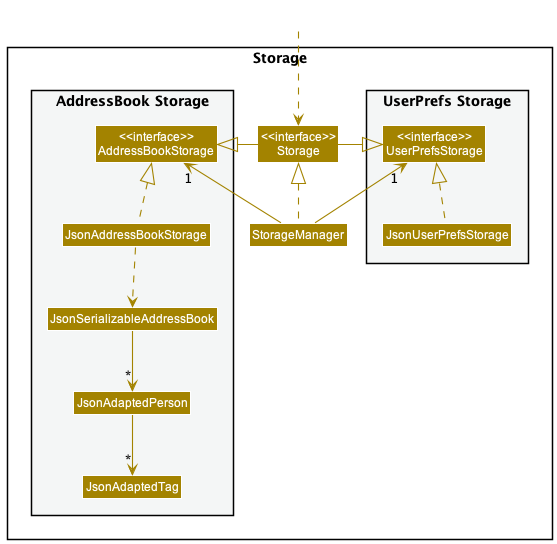
Earlier version of the PlantUML export docs/images/StorageClassDiagram.png (nus-cs2103-AY2223S2/tp).
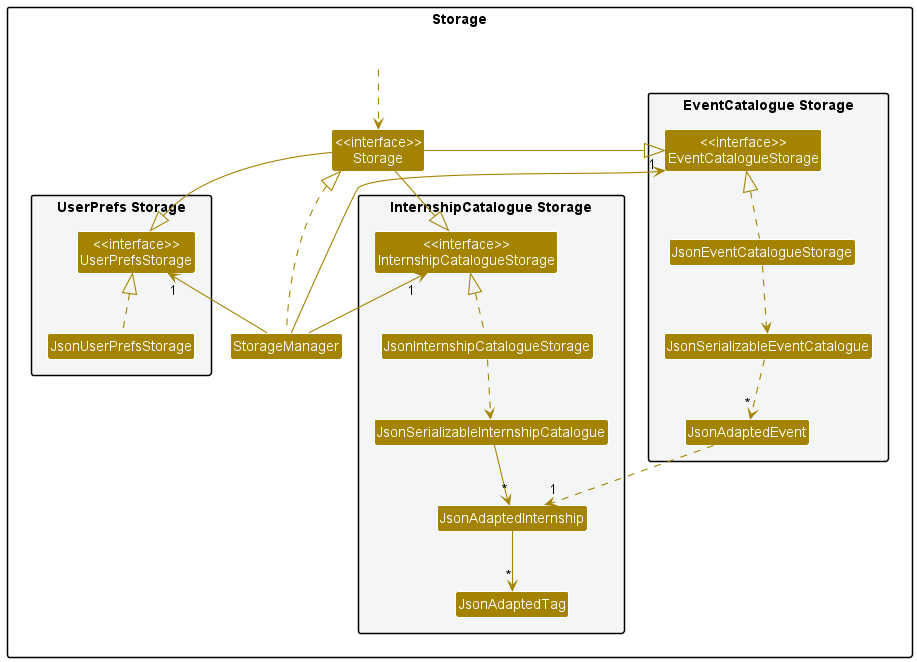
Above is the later version.

Commit message:
Add Storage Diagram

What changed in the source:
```diff
@@ -14,14 +14,20 @@
 Class "<<interface>>\nStorage" as Storage
 Class StorageManager
 
-package "AddressBook Storage" #F4F6F6{
-Class "<<interface>>\nAddressBookStorage" as AddressBookStorage
-Class JsonAddressBookStorage
-Class JsonSerializableAddressBook
-Class JsonAdaptedPerson
+package "InternshipCatalogue Storage" #F4F6F6{
+Class "<<interface>>\nInternshipCatalogueStorage" as InternshipCatalogueStorage
+Class JsonInternshipCatalogueStorage
+Class JsonSerializableInternshipCatalogue
+Class JsonAdaptedInternship
 Class JsonAdaptedTag
 }
 
+package "EventCatalogue Storage" #F4F6F6{
+Class "<<interface>>\nEventCatalogueStorage" as EventCatalogueStorage
+Class JsonEventCatalogueStorage
+Class JsonSerializableEventCatalogue
+Class JsonAdaptedEvent
+Class JsonAdaptedInternship
 }
 
 Class HiddenOutside #FFFFFF
@@ -29,15 +35,23 @@
 
 StorageManager .up.|> Storage
 StorageManager -up-> "1" UserPrefsStorage
-StorageManager -up-> "1" AddressBookStorage
+StorageManager -up-> "1" InternshipCatalogueStorage
+StorageManager -up-> "1" EventCatalogueStorage
 
-Storage -left-|> UserPrefsStorage
-Storage -right-|> AddressBookStorage
+Storage -|> UserPrefsStorage
+Storage -|> EventCatalogueStorage
+Storage -|> InternshipCatalogueStorage
 
 JsonUserPrefsStorage .up.|> UserPrefsStorage
-JsonAddressBookStorage .up.|> AddressBookStorage
-JsonAddressBookStorage ..> JsonSerializableAddressBook
-JsonSerializableAddressBook --> "*" JsonAdaptedPerson
-JsonAdaptedPerson --> "*" JsonAdaptedTag
+JsonInternshipCatalogueStorage .up.|> InternshipCatalogueStorage
+JsonInternshipCatalogueStorage ..> JsonSerializableInternshipCatalogue
+JsonSerializableInternshipCatalogue --> "*" JsonAdaptedInternship
+JsonAdaptedInternship --> "*" JsonAdaptedTag
+
+JsonEventCatalogueStorage .up.|> EventCatalogueStorage
+JsonEventCatalogueStorage ..> JsonSerializableEventCatalogue
+JsonSerializableEventCatalogue ..> "*" JsonAdaptedEvent
+JsonAdaptedEvent ..> "1" JsonAdaptedInternship
+
 
 @enduml
```
